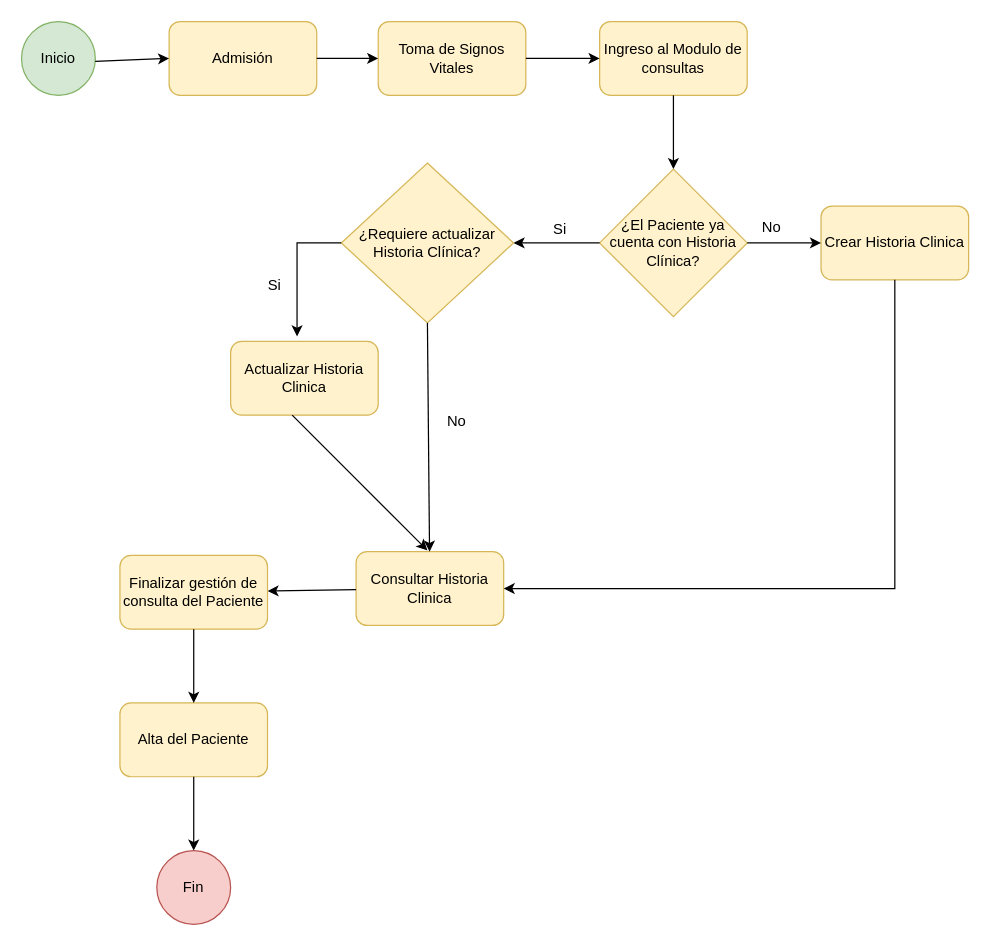
marguello86/Equipo1_MINSA keeps this draw.io diagram as page "Diagrama de Flujo de Historia Clinica" (5 of 6) of Untitled Diagram.drawio. Above is the earlier version. Source tidied: cells renumbered, new cells numbered last; positions are measured from the earlier drawing's top-left corner, leaving out a move shared by most shapes. Both pictures are drawn from the tidied source at 123%, with x=0, y=0 at pixel (21, 21).
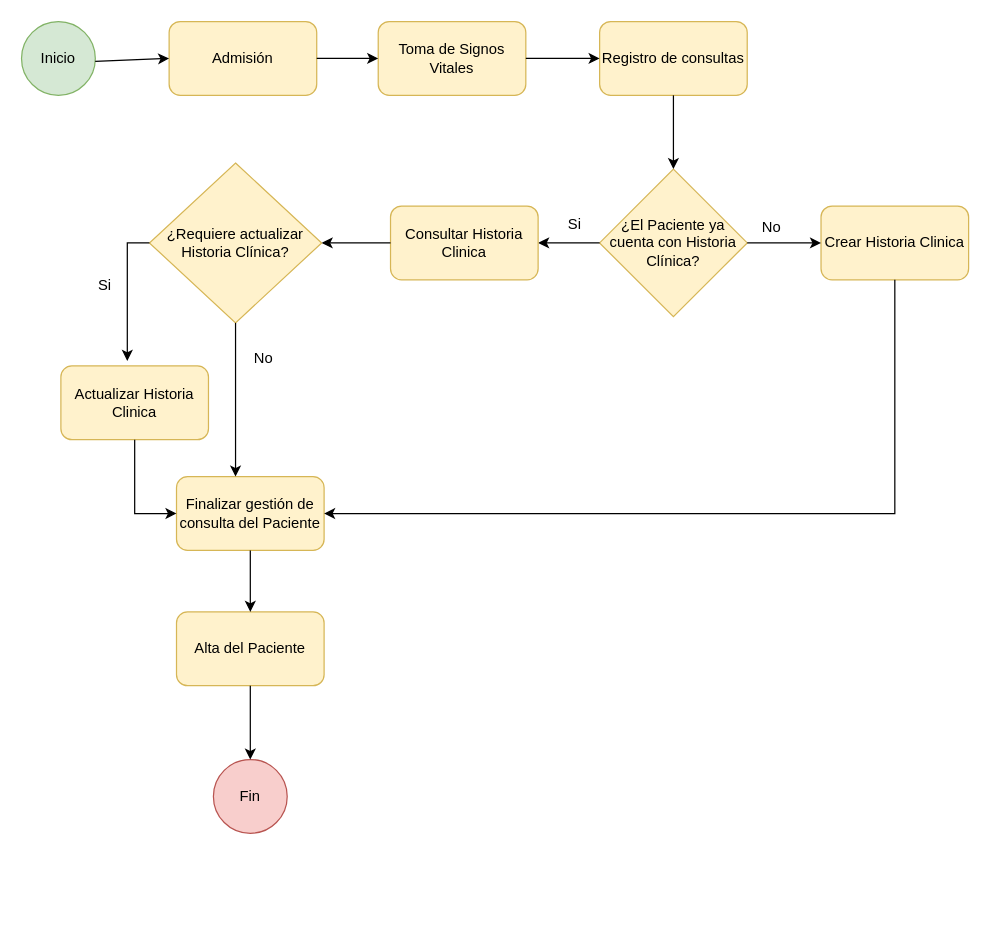
The same page after the edit.

Unchanged cells that the change refers to:
```xml
<mxCell id="9" value="¿El Paciente ya cuenta con Historia Clínica?" style="rhombus;whiteSpace=wrap;html=1;fillColor=#fff2cc;strokeColor=#d6b656;" parent="1" vertex="1">
  <mxGeometry x="470" y="120" width="120" height="120" as="geometry" />
</mxCell>
<mxCell id="14" value="Crear Historia Clinica" style="rounded=1;whiteSpace=wrap;html=1;fillColor=#fff2cc;strokeColor=#d6b656;" parent="1" vertex="1">
  <mxGeometry x="650" y="150" width="120" height="60" as="geometry" />
</mxCell>
```

Diff of the diagram source:
```diff
@@
-    <mxCell id="7" value="Ingreso al Modulo de consultas" style="rounded=1;whiteSpace=wrap;html=1;fillColor=#fff2cc;strokeColor=#d6b656;" parent="1" vertex="1">
+    <mxCell id="7" value="Registro de consultas" style="rounded=1;whiteSpace=wrap;html=1;fillColor=#fff2cc;strokeColor=#d6b656;" parent="1" vertex="1">
       <mxGeometry x="470" width="120" height="60" as="geometry" />
     </mxCell>
@@
     <mxCell id="11" value="Si" style="text;html=1;strokeColor=none;fillColor=none;align=center;verticalAlign=middle;whiteSpace=wrap;rounded=0;" parent="1" vertex="1">
-      <mxGeometry x="408" y="154" width="60" height="30" as="geometry" />
+      <mxGeometry x="420" y="150" width="60" height="30" as="geometry" />
     </mxCell>
@@
-    <mxCell id="13" style="endArrow=classic;html=1;rounded=0;exitX=0;exitY=0.5;exitDx=0;exitDy=0;" parent="1" edge="1" source="9" target="22">
+    <mxCell id="13" style="endArrow=classic;html=1;rounded=0;exitX=0;exitY=0.5;exitDx=0;exitDy=0;entryX=1;entryY=0.5;entryDx=0;entryDy=0;" parent="1" edge="1" source="9" target="16">
       <mxGeometry relative="1" as="geometry" />
     </mxCell>
@@
     <mxCell id="16" value="Consultar Historia Clinica" style="rounded=1;whiteSpace=wrap;html=1;fillColor=#fff2cc;strokeColor=#d6b656;" parent="1" vertex="1">
-      <mxGeometry x="272" y="431" width="120" height="60" as="geometry" />
+      <mxGeometry x="300" y="150" width="120" height="60" as="geometry" />
     </mxCell>
-    <mxCell id="17" style="endArrow=classic;html=1;rounded=0;" parent="1" edge="1" source="14" target="16">
-      <mxGeometry relative="1" as="geometry">
-        <Array as="points">
-          <mxPoint x="710" y="330" />
-          <mxPoint x="710" y="427" />
-          <mxPoint x="710" y="461" />
-        </Array>
-      </mxGeometry>
-    </mxCell>
     <mxCell id="18" value="Alta del Paciente" style="rounded=1;whiteSpace=wrap;html=1;fillColor=#fff2cc;strokeColor=#d6b656;" parent="1" vertex="1">
-      <mxGeometry x="80" y="554" width="120" height="60" as="geometry" />
+      <mxGeometry x="126" y="480" width="120" height="60" as="geometry" />
     </mxCell>
-    <mxCell id="19" style="endArrow=classic;html=1;rounded=0;" parent="1" edge="1" source="16" target="29">
+    <mxCell id="19" style="endArrow=classic;html=1;rounded=0;entryX=1;entryY=0.5;entryDx=0;entryDy=0;exitX=0;exitY=0.5;exitDx=0;exitDy=0;" parent="1" edge="1" source="16" target="22">
       <mxGeometry relative="1" as="geometry" />
     </mxCell>
     <mxCell id="20" value="Fin" style="ellipse;whiteSpace=wrap;html=1;fillColor=#f8cecc;strokeColor=#b85450;" parent="1" vertex="1">
-      <mxGeometry x="110" y="674" width="60" height="60" as="geometry" />
+      <mxGeometry x="156" y="600" width="60" height="60" as="geometry" />
     </mxCell>
@@
     <mxCell id="22" value="¿Requiere actualizar Historia Clínica?" style="rhombus;whiteSpace=wrap;html=1;fillColor=#fff2cc;strokeColor=#d6b656;" parent="1" vertex="1">
-      <mxGeometry x="260" y="115" width="140" height="130" as="geometry" />
+      <mxGeometry x="104" y="115" width="140" height="130" as="geometry" />
     </mxCell>
     <mxCell id="23" value="Actualizar Historia Clinica" style="rounded=1;whiteSpace=wrap;html=1;fillColor=#fff2cc;strokeColor=#d6b656;" parent="1" vertex="1">
-      <mxGeometry x="170" y="260" width="120" height="60" as="geometry" />
+      <mxGeometry x="32" y="280" width="120" height="60" as="geometry" />
     </mxCell>
     <mxCell id="24" style="endArrow=classic;html=1;rounded=0;entryX=0.45;entryY=-0.067;entryDx=0;entryDy=0;entryPerimeter=0;exitX=0;exitY=0.5;exitDx=0;exitDy=0;" parent="1" edge="1" source="22" target="23">
       <mxGeometry relative="1" as="geometry">
         <Array as="points">
-          <mxPoint x="224" y="180" />
+          <mxPoint x="86" y="180" />
         </Array>
       </mxGeometry>
     </mxCell>
     <mxCell id="25" value="Si" style="text;html=1;strokeColor=none;fillColor=none;align=center;verticalAlign=middle;whiteSpace=wrap;rounded=0;" parent="1" vertex="1">
-      <mxGeometry x="176" y="200" width="60" height="30" as="geometry" />
+      <mxGeometry x="38" y="200" width="60" height="30" as="geometry" />
     </mxCell>
-    <mxCell id="26" style="endArrow=classic;html=1;rounded=0;exitX=0.5;exitY=1;exitDx=0;exitDy=0;" parent="1" edge="1" source="22" target="16">
-      <mxGeometry relative="1" as="geometry" />
-    </mxCell>
     <mxCell id="27" value="No" style="text;html=1;strokeColor=none;fillColor=none;align=center;verticalAlign=middle;whiteSpace=wrap;rounded=0;" parent="1" vertex="1">
-      <mxGeometry x="324" y="310" width="60" height="30" as="geometry" />
+      <mxGeometry x="167" y="259" width="60" height="30" as="geometry" />
     </mxCell>
-    <mxCell id="28" style="endArrow=classic;html=1;rounded=0;exitX=0.417;exitY=1;exitDx=0;exitDy=0;exitPerimeter=0;" parent="1" edge="1" source="23">
-      <mxGeometry relative="1" as="geometry">
-        <mxPoint x="330" y="430" as="targetPoint" />
-      </mxGeometry>
-    </mxCell>
     <mxCell id="29" value="Finalizar gestión de consulta del Paciente" style="rounded=1;whiteSpace=wrap;html=1;fillColor=#fff2cc;strokeColor=#d6b656;" parent="1" vertex="1">
-      <mxGeometry x="80" y="434" width="120" height="60" as="geometry" />
+      <mxGeometry x="126" y="370" width="120" height="60" as="geometry" />
     </mxCell>
@@
+    <mxCell id="31" style="endArrow=classic;html=1;rounded=0;exitX=0.5;exitY=1;exitDx=0;exitDy=0;entryX=0.4;entryY=0;entryDx=0;entryDy=0;entryPerimeter=0;" parent="1" edge="1" source="22" target="29">
+      <mxGeometry relative="1" as="geometry">
+        <Array as="points">
+          <mxPoint x="174" y="300" />
+        </Array>
+      </mxGeometry>
+    </mxCell>
+    <mxCell id="32" style="endArrow=classic;html=1;rounded=0;exitX=0.5;exitY=1;exitDx=0;exitDy=0;entryX=0;entryY=0.5;entryDx=0;entryDy=0;" parent="1" edge="1" source="23" target="29">
+      <mxGeometry relative="1" as="geometry">
+        <Array as="points">
+          <mxPoint x="92" y="400" />
+        </Array>
+      </mxGeometry>
+    </mxCell>
+    <mxCell id="33" style="endArrow=classic;html=1;rounded=0;exitX=0.5;exitY=1;exitDx=0;exitDy=0;entryX=1;entryY=0.5;entryDx=0;entryDy=0;" parent="1" edge="1" source="14" target="29">
+      <mxGeometry relative="1" as="geometry">
+        <Array as="points">
+          <mxPoint x="710" y="400" />
+        </Array>
+      </mxGeometry>
+    </mxCell>
```
